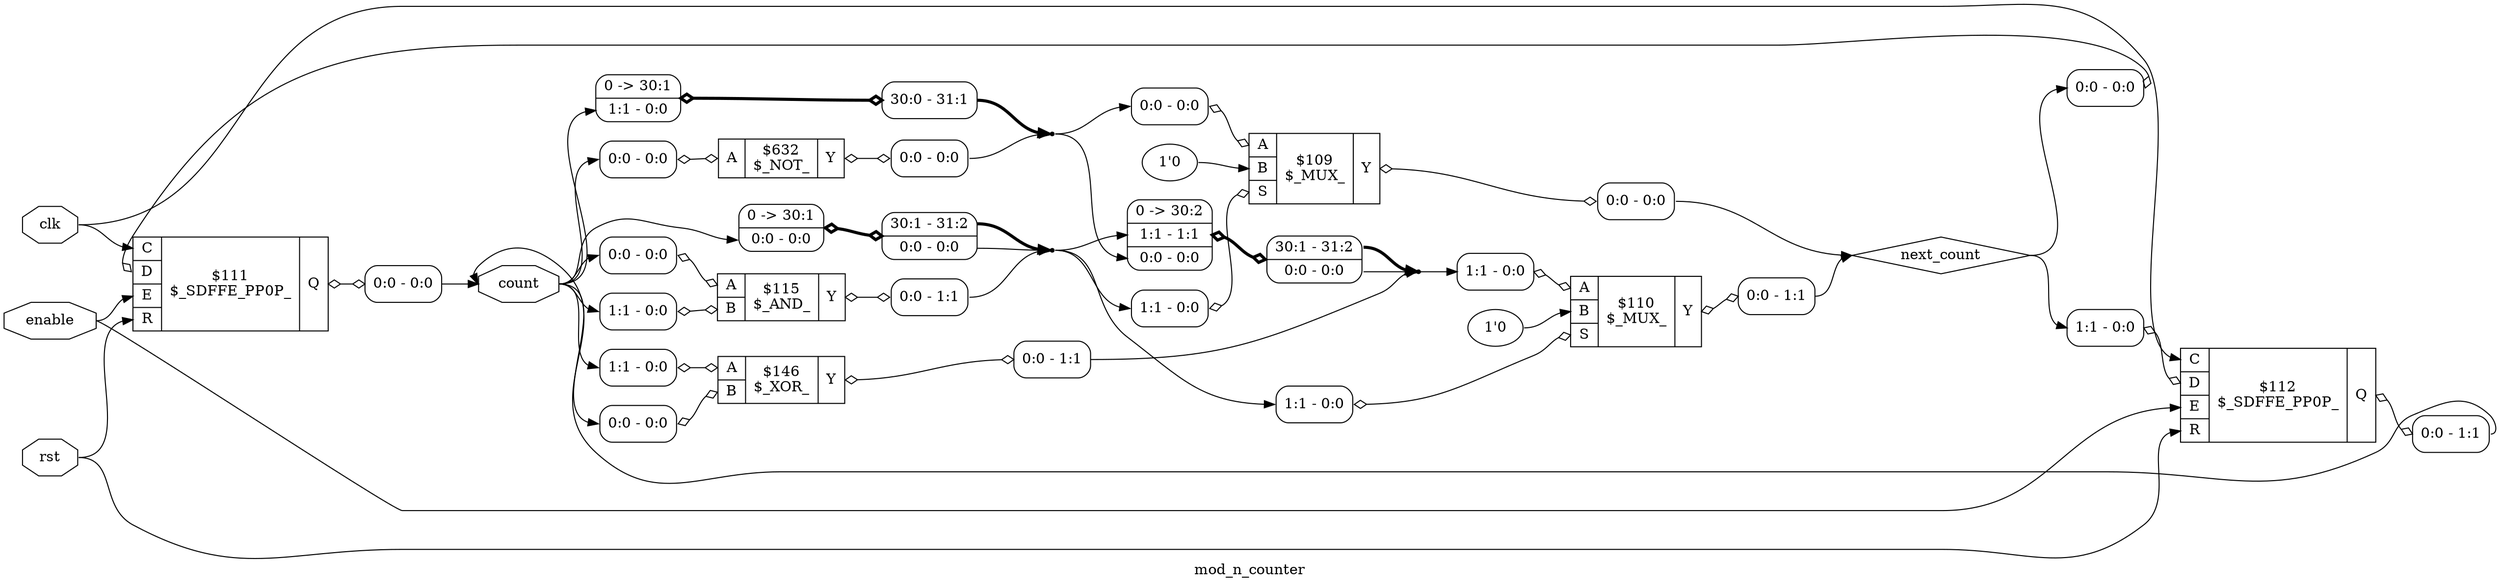
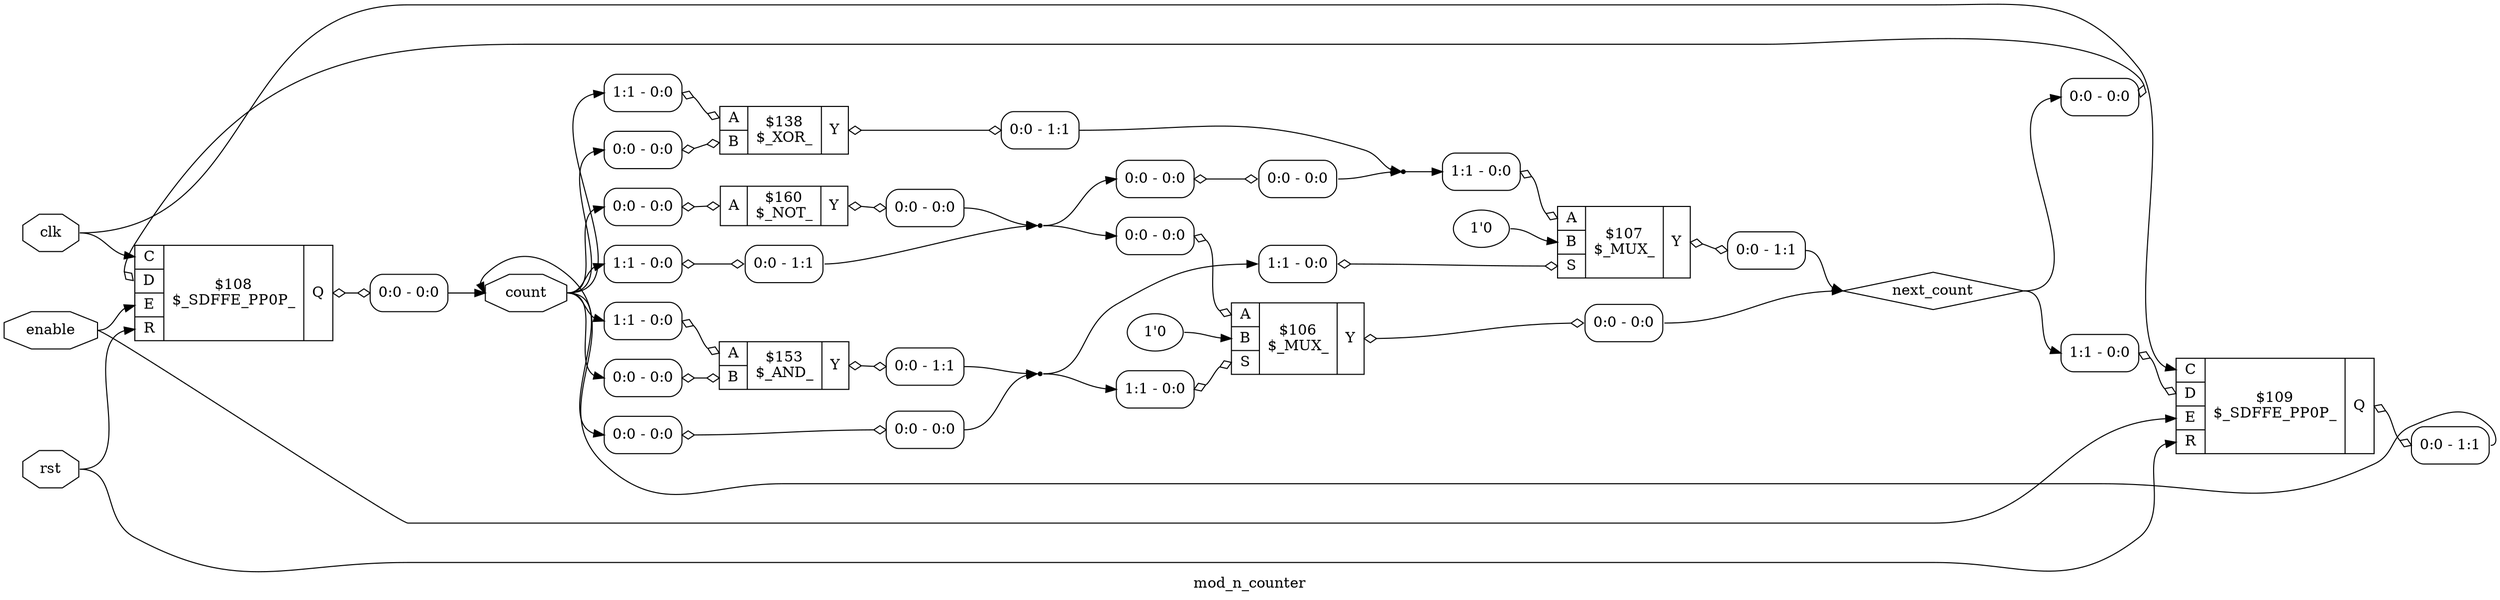
digraph "mod_n_counter" {
label="mod_n_counter";
rankdir="LR";
remincross=true;
n4 [ shape=octagon, label="clk", color="black", fontcolor="black" ];
n5 [ shape=octagon, label="count", color="black", fontcolor="black" ];
n6 [ shape=octagon, label="enable", color="black", fontcolor="black" ];
n7 [ shape=diamond, label="next_count", color="black", fontcolor="black" ];
n8 [ shape=octagon, label="rst", color="black", fontcolor="black" ];
- c14 [ shape=record, label="{{<p9> C|<p10> D|<p11> E|<p12> R}|$111\n$_SDFFE_PP0P_|{<p13> Q}}",  ];
+ c14 [ shape=record, label="{{<p9> C|<p10> D|<p11> E|<p12> R}|$108\n$_SDFFE_PP0P_|{<p13> Q}}",  ];
x0 [ shape=record, style=rounded, label="<s0> 0:0 - 0:0 ", color="black", fontcolor="black" ];
x0:e -> c14:p10:w [arrowhead=odiamond, arrowtail=odiamond, dir=both, color="black", fontcolor="black", label=""];
x1 [ shape=record, style=rounded, label="<s0> 0:0 - 0:0 ", color="black", fontcolor="black" ];
c14:p13:e -> x1:w [arrowhead=odiamond, arrowtail=odiamond, dir=both, color="black", fontcolor="black", label=""];
- c15 [ shape=record, label="{{<p9> C|<p10> D|<p11> E|<p12> R}|$112\n$_SDFFE_PP0P_|{<p13> Q}}",  ];
+ c15 [ shape=record, label="{{<p9> C|<p10> D|<p11> E|<p12> R}|$109\n$_SDFFE_PP0P_|{<p13> Q}}",  ];
x2 [ shape=record, style=rounded, label="<s0> 1:1 - 0:0 ", color="black", fontcolor="black" ];
x2:e -> c15:p10:w [arrowhead=odiamond, arrowtail=odiamond, dir=both, color="black", fontcolor="black", label=""];
x3 [ shape=record, style=rounded, label="<s0> 0:0 - 1:1 ", color="black", fontcolor="black" ];
c15:p13:e -> x3:w [arrowhead=odiamond, arrowtail=odiamond, dir=both, color="black", fontcolor="black", label=""];
- c18 [ shape=record, label="{{<p16> A}|$632\n$_NOT_|{<p17> Y}}",  ];
+ c18 [ shape=record, label="{{<p16> A}|$160\n$_NOT_|{<p17> Y}}",  ];
x4 [ shape=record, style=rounded, label="<s0> 0:0 - 0:0 ", color="black", fontcolor="black" ];
x4:e -> c18:p16:w [arrowhead=odiamond, arrowtail=odiamond, dir=both, color="black", fontcolor="black", label=""];
x5 [ shape=record, style=rounded, label="<s0> 0:0 - 0:0 ", color="black", fontcolor="black" ];
c18:p17:e -> x5:w [arrowhead=odiamond, arrowtail=odiamond, dir=both, color="black", fontcolor="black", label=""];
- c20 [ shape=record, label="{{<p16> A|<p19> B}|$115\n$_AND_|{<p17> Y}}",  ];
+ v7 [ label="1'0" ];
+ c21 [ shape=record, label="{{<p16> A|<p19> B|<p20> S}|$106\n$_MUX_|{<p17> Y}}",  ];
x6 [ shape=record, style=rounded, label="<s0> 0:0 - 0:0 ", color="black", fontcolor="black" ];
- x6:e -> c20:p16:w [arrowhead=odiamond, arrowtail=odiamond, dir=both, color="black", fontcolor="black", label=""];
- x7 [ shape=record, style=rounded, label="<s0> 1:1 - 0:0 ", color="black", fontcolor="black" ];
- x7:e -> c20:p19:w [arrowhead=odiamond, arrowtail=odiamond, dir=both, color="black", fontcolor="black", label=""];
- x8 [ shape=record, style=rounded, label="<s0> 0:0 - 1:1 ", color="black", fontcolor="black" ];
- c20:p17:e -> x8:w [arrowhead=odiamond, arrowtail=odiamond, dir=both, color="black", fontcolor="black", label=""];
- v10 [ label="1'0" ];
- c22 [ shape=record, label="{{<p16> A|<p19> B|<p21> S}|$109\n$_MUX_|{<p17> Y}}",  ];
+ x6:e -> c21:p16:w [arrowhead=odiamond, arrowtail=odiamond, dir=both, color="black", fontcolor="black", label=""];
+ x8 [ shape=record, style=rounded, label="<s0> 1:1 - 0:0 ", color="black", fontcolor="black" ];
+ x8:e -> c21:p20:w [arrowhead=odiamond, arrowtail=odiamond, dir=both, color="black", fontcolor="black", label=""];
x9 [ shape=record, style=rounded, label="<s0> 0:0 - 0:0 ", color="black", fontcolor="black" ];
- x9:e -> c22:p16:w [arrowhead=odiamond, arrowtail=odiamond, dir=both, color="black", fontcolor="black", label=""];
- x11 [ shape=record, style=rounded, label="<s0> 1:1 - 0:0 ", color="black", fontcolor="black" ];
- x11:e -> c22:p21:w [arrowhead=odiamond, arrowtail=odiamond, dir=both, color="black", fontcolor="black", label=""];
- x12 [ shape=record, style=rounded, label="<s0> 0:0 - 0:0 ", color="black", fontcolor="black" ];
- c22:p17:e -> x12:w [arrowhead=odiamond, arrowtail=odiamond, dir=both, color="black", fontcolor="black", label=""];
- v14 [ label="1'0" ];
- c23 [ shape=record, label="{{<p16> A|<p19> B|<p21> S}|$110\n$_MUX_|{<p17> Y}}",  ];
- x13 [ shape=record, style=rounded, label="<s0> 1:1 - 0:0 ", color="black", fontcolor="black" ];
- x13:e -> c23:p16:w [arrowhead=odiamond, arrowtail=odiamond, dir=both, color="black", fontcolor="black", label=""];
- x15 [ shape=record, style=rounded, label="<s0> 1:1 - 0:0 ", color="black", fontcolor="black" ];
- x15:e -> c23:p21:w [arrowhead=odiamond, arrowtail=odiamond, dir=both, color="black", fontcolor="black", label=""];
+ c21:p17:e -> x9:w [arrowhead=odiamond, arrowtail=odiamond, dir=both, color="black", fontcolor="black", label=""];
+ v11 [ label="1'0" ];
+ c22 [ shape=record, label="{{<p16> A|<p19> B|<p20> S}|$107\n$_MUX_|{<p17> Y}}",  ];
+ x10 [ shape=record, style=rounded, label="<s0> 1:1 - 0:0 ", color="black", fontcolor="black" ];
+ x10:e -> c22:p16:w [arrowhead=odiamond, arrowtail=odiamond, dir=both, color="black", fontcolor="black", label=""];
+ x12 [ shape=record, style=rounded, label="<s0> 1:1 - 0:0 ", color="black", fontcolor="black" ];
+ x12:e -> c22:p20:w [arrowhead=odiamond, arrowtail=odiamond, dir=both, color="black", fontcolor="black", label=""];
+ x13 [ shape=record, style=rounded, label="<s0> 0:0 - 1:1 ", color="black", fontcolor="black" ];
+ c22:p17:e -> x13:w [arrowhead=odiamond, arrowtail=odiamond, dir=both, color="black", fontcolor="black", label=""];
+ c23 [ shape=record, label="{{<p16> A|<p19> B}|$138\n$_XOR_|{<p17> Y}}",  ];
+ x14 [ shape=record, style=rounded, label="<s0> 1:1 - 0:0 ", color="black", fontcolor="black" ];
+ x14:e -> c23:p16:w [arrowhead=odiamond, arrowtail=odiamond, dir=both, color="black", fontcolor="black", label=""];
+ x15 [ shape=record, style=rounded, label="<s0> 0:0 - 0:0 ", color="black", fontcolor="black" ];
+ x15:e -> c23:p19:w [arrowhead=odiamond, arrowtail=odiamond, dir=both, color="black", fontcolor="black", label=""];
x16 [ shape=record, style=rounded, label="<s0> 0:0 - 1:1 ", color="black", fontcolor="black" ];
c23:p17:e -> x16:w [arrowhead=odiamond, arrowtail=odiamond, dir=both, color="black", fontcolor="black", label=""];
- c24 [ shape=record, label="{{<p16> A|<p19> B}|$146\n$_XOR_|{<p17> Y}}",  ];
+ c24 [ shape=record, label="{{<p16> A|<p19> B}|$153\n$_AND_|{<p17> Y}}",  ];
x17 [ shape=record, style=rounded, label="<s0> 1:1 - 0:0 ", color="black", fontcolor="black" ];
x17:e -> c24:p16:w [arrowhead=odiamond, arrowtail=odiamond, dir=both, color="black", fontcolor="black", label=""];
x18 [ shape=record, style=rounded, label="<s0> 0:0 - 0:0 ", color="black", fontcolor="black" ];
x18:e -> c24:p19:w [arrowhead=odiamond, arrowtail=odiamond, dir=both, color="black", fontcolor="black", label=""];
x19 [ shape=record, style=rounded, label="<s0> 0:0 - 1:1 ", color="black", fontcolor="black" ];
c24:p17:e -> x19:w [arrowhead=odiamond, arrowtail=odiamond, dir=both, color="black", fontcolor="black", label=""];
- x20 [ shape=record, style=rounded, label="0 -&gt; 30:1 |<s0> 0:0 - 0:0 ", color="black", fontcolor="black" ];
- x21 [ shape=record, style=rounded, label="<s1> 30:1 - 31:2 |<s0> 0:0 - 0:0 ", color="black", fontcolor="black" ];
- x20:e -> x21:w [arrowhead=odiamond, arrowtail=odiamond, dir=both, color="black", fontcolor="black", style="setlinewidth(3)", label=""];
- x22 [ shape=record, style=rounded, label="0 -&gt; 30:1 |<s0> 1:1 - 0:0 ", color="black", fontcolor="black" ];
- x23 [ shape=record, style=rounded, label="<s0> 30:0 - 31:1 ", color="black", fontcolor="black" ];
- x22:e -> x23:w [arrowhead=odiamond, arrowtail=odiamond, dir=both, color="black", fontcolor="black", style="setlinewidth(3)", label=""];
- x24 [ shape=record, style=rounded, label="0 -&gt; 30:2 |<s1> 1:1 - 1:1 |<s0> 0:0 - 0:0 ", color="black", fontcolor="black" ];
- x25 [ shape=record, style=rounded, label="<s1> 30:1 - 31:2 |<s0> 0:0 - 0:0 ", color="black", fontcolor="black" ];
- x24:e -> x25:w [arrowhead=odiamond, arrowtail=odiamond, dir=both, color="black", fontcolor="black", style="setlinewidth(3)", label=""];
+ x20 [ shape=record, style=rounded, label="<s0> 0:0 - 0:0 ", color="black", fontcolor="black" ];
+ x21 [ shape=record, style=rounded, label="<s0> 0:0 - 0:0 ", color="black", fontcolor="black" ];
+ x20:e -> x21:w [arrowhead=odiamond, arrowtail=odiamond, dir=both, color="black", fontcolor="black", label=""];
+ x22 [ shape=record, style=rounded, label="<s0> 1:1 - 0:0 ", color="black", fontcolor="black" ];
+ x23 [ shape=record, style=rounded, label="<s0> 0:0 - 1:1 ", color="black", fontcolor="black" ];
+ x22:e -> x23:w [arrowhead=odiamond, arrowtail=odiamond, dir=both, color="black", fontcolor="black", label=""];
+ x24 [ shape=record, style=rounded, label="<s0> 0:0 - 0:0 ", color="black", fontcolor="black" ];
+ x25 [ shape=record, style=rounded, label="<s0> 0:0 - 0:0 ", color="black", fontcolor="black" ];
+ x24:e -> x25:w [arrowhead=odiamond, arrowtail=odiamond, dir=both, color="black", fontcolor="black", label=""];
n1 [ shape=point ];
+ x19:s0:e -> n1:w [color="black", fontcolor="black", label=""];
x21:s0:e -> n1:w [color="black", fontcolor="black", label=""];
- x21:s1:e -> n1:w [color="black", fontcolor="black", style="setlinewidth(3)", label=""];
- x8:s0:e -> n1:w [color="black", fontcolor="black", label=""];
- n1:e -> x11:s0:w [color="black", fontcolor="black", label=""];
- n1:e -> x15:s0:w [color="black", fontcolor="black", label=""];
- n1:e -> x24:s1:w [color="black", fontcolor="black", label=""];
+ n1:e -> x12:s0:w [color="black", fontcolor="black", label=""];
+ n1:e -> x8:s0:w [color="black", fontcolor="black", label=""];
n2 [ shape=point ];
- x23:s0:e -> n2:w [color="black", fontcolor="black", style="setlinewidth(3)", label=""];
+ x23:s0:e -> n2:w [color="black", fontcolor="black", label=""];
x5:s0:e -> n2:w [color="black", fontcolor="black", label=""];
n2:e -> x24:s0:w [color="black", fontcolor="black", label=""];
- n2:e -> x9:s0:w [color="black", fontcolor="black", label=""];
+ n2:e -> x6:s0:w [color="black", fontcolor="black", label=""];
n3 [ shape=point ];
- x19:s0:e -> n3:w [color="black", fontcolor="black", label=""];
+ x16:s0:e -> n3:w [color="black", fontcolor="black", label=""];
x25:s0:e -> n3:w [color="black", fontcolor="black", label=""];
- x25:s1:e -> n3:w [color="black", fontcolor="black", style="setlinewidth(3)", label=""];
- n3:e -> x13:s0:w [color="black", fontcolor="black", label=""];
+ n3:e -> x10:s0:w [color="black", fontcolor="black", label=""];
n4:e -> c14:p9:w [color="black", fontcolor="black", label=""];
n4:e -> c15:p9:w [color="black", fontcolor="black", label=""];
x1:s0:e -> n5:w [color="black", fontcolor="black", label=""];
x3:s0:e -> n5:w [color="black", fontcolor="black", label=""];
+ n5:e -> x14:s0:w [color="black", fontcolor="black", label=""];
+ n5:e -> x15:s0:w [color="black", fontcolor="black", label=""];
n5:e -> x17:s0:w [color="black", fontcolor="black", label=""];
n5:e -> x18:s0:w [color="black", fontcolor="black", label=""];
n5:e -> x20:s0:w [color="black", fontcolor="black", label=""];
n5:e -> x22:s0:w [color="black", fontcolor="black", label=""];
n5:e -> x4:s0:w [color="black", fontcolor="black", label=""];
- n5:e -> x6:s0:w [color="black", fontcolor="black", label=""];
- n5:e -> x7:s0:w [color="black", fontcolor="black", label=""];
n6:e -> c14:p11:w [color="black", fontcolor="black", label=""];
n6:e -> c15:p11:w [color="black", fontcolor="black", label=""];
- x12:s0:e -> n7:w [color="black", fontcolor="black", label=""];
- x16:s0:e -> n7:w [color="black", fontcolor="black", label=""];
+ x13:s0:e -> n7:w [color="black", fontcolor="black", label=""];
+ x9:s0:e -> n7:w [color="black", fontcolor="black", label=""];
n7:e -> x0:s0:w [color="black", fontcolor="black", label=""];
n7:e -> x2:s0:w [color="black", fontcolor="black", label=""];
n8:e -> c14:p12:w [color="black", fontcolor="black", label=""];
n8:e -> c15:p12:w [color="black", fontcolor="black", label=""];
- v10:e -> c22:p19:w [color="black", fontcolor="black", label=""];
- v14:e -> c23:p19:w [color="black", fontcolor="black", label=""];
+ v11:e -> c22:p19:w [color="black", fontcolor="black", label=""];
+ v7:e -> c21:p19:w [color="black", fontcolor="black", label=""];
}
